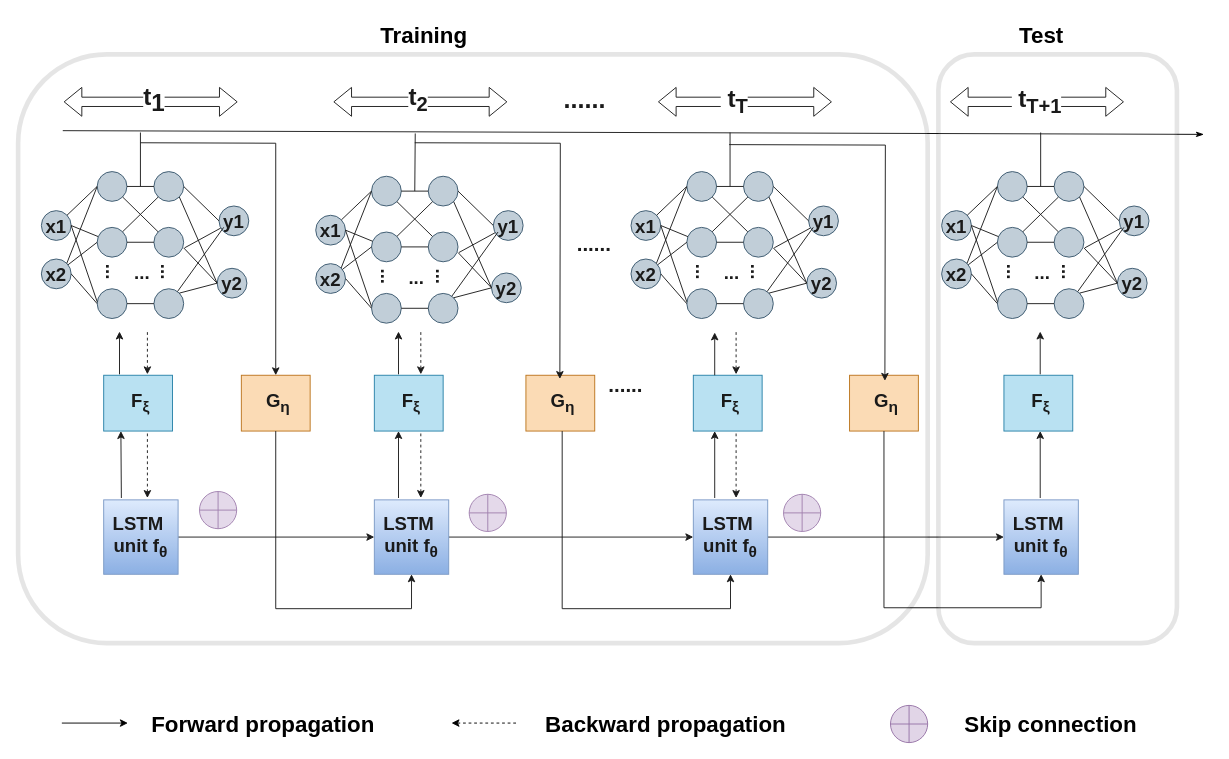
This is 未命名绘图.drawio from lilang0710/ll, a draw.io file, before an edit. Source tidied: cells renumbered, new cells numbered last; positions are measured from the earlier drawing's top-left corner, leaving out a move shared by most shapes. Both pictures are drawn from the tidied source at 93%, with x=0, y=0 at pixel (18, 16).
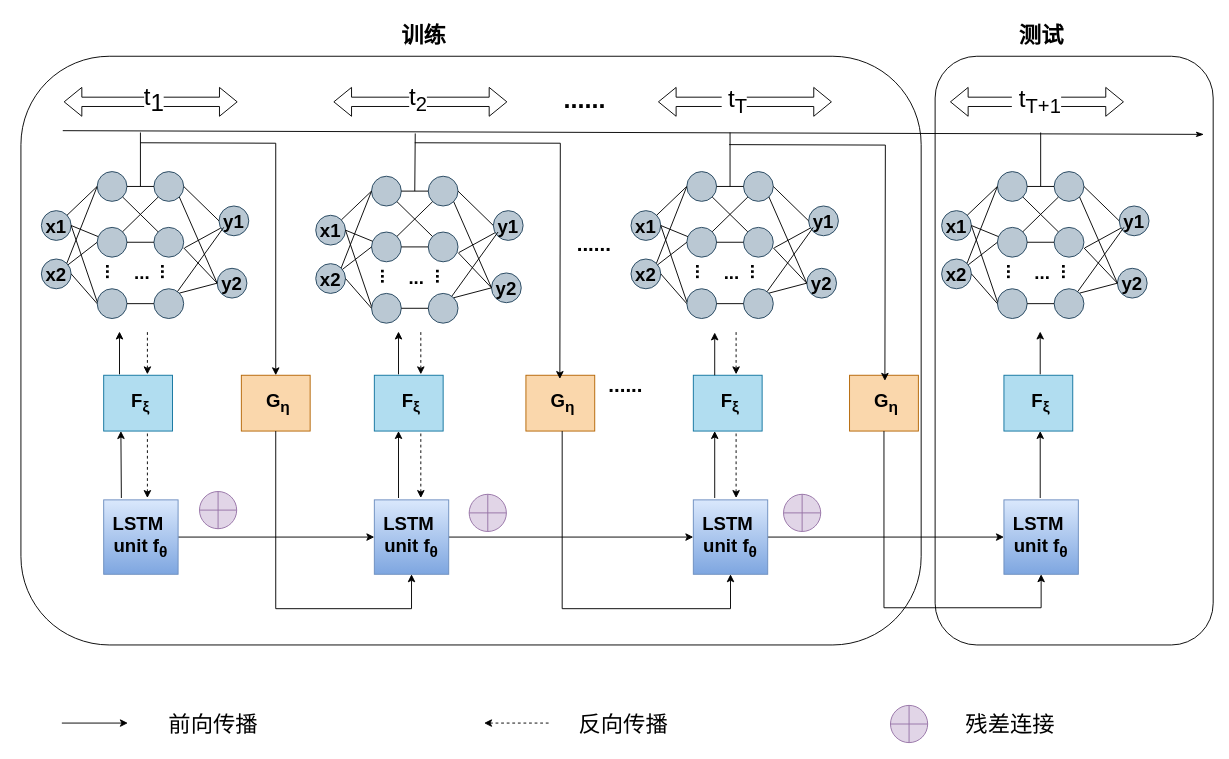
Above is the later version.

Commit message:
更新未命名绘图.drawio

Unchanged cells that the change refers to:
```xml
<mxCell id="138" style="shape=flexArrow;endArrow=classic;startArrow=classic;html=1;rounded=0;" parent="1" edge="1">
  <mxGeometry relative="1" as="geometry">
    <mxPoint x="49" y="92" as="sourcePoint" />
    <mxPoint x="236" y="92" as="targetPoint" />
  </mxGeometry>
</mxCell>
<mxCell id="140" style="shape=flexArrow;endArrow=classic;startArrow=classic;html=1;rounded=0;" parent="1" edge="1">
  <mxGeometry relative="1" as="geometry">
    <mxPoint x="339" y="92" as="sourcePoint" />
    <mxPoint x="526" y="92" as="targetPoint" />
  </mxGeometry>
</mxCell>
<mxCell id="142" style="shape=flexArrow;endArrow=classic;startArrow=classic;html=1;rounded=0;" parent="1" edge="1">
  <mxGeometry relative="1" as="geometry">
    <mxPoint x="688" y="92" as="sourcePoint" />
    <mxPoint x="875" y="92" as="targetPoint" />
  </mxGeometry>
</mxCell>
```

The edit, as a diff of the source:
```diff
@@
-    <mxCell id="135" value="&lt;font size=&quot;1&quot;&gt;&lt;b&gt;&lt;font style=&quot;font-size: 24px;&quot;&gt;Training&lt;/font&gt;&lt;/b&gt;&lt;/font&gt;" style="text;html=1;align=center;verticalAlign=middle;strokeColor=none;fillColor=none;" parent="1" vertex="1">
-      <mxGeometry x="380" width="111" height="41" as="geometry" />
+    <mxCell id="135" value="&lt;font size=&quot;1&quot;&gt;&lt;font style=&quot;font-size: 24px;&quot;&gt;训练&lt;/font&gt;&lt;/font&gt;" style="text;html=1;align=center;verticalAlign=middle;strokeColor=none;fillColor=none;fontStyle=1;" parent="1" vertex="1">
+      <mxGeometry x="403" width="66" height="41" as="geometry" />
     </mxCell>
-    <mxCell id="136" value="&lt;font size=&quot;1&quot;&gt;&lt;b&gt;&lt;font style=&quot;font-size: 24px;&quot;&gt;Test&lt;/font&gt;&lt;/b&gt;&lt;/font&gt;" style="text;html=1;align=center;verticalAlign=middle;strokeColor=none;fillColor=none;" parent="1" vertex="1">
+    <mxCell id="136" value="&lt;font size=&quot;1&quot;&gt;&lt;font style=&quot;font-size: 24px;&quot;&gt;测试&lt;/font&gt;&lt;/font&gt;" style="text;html=1;align=center;verticalAlign=middle;strokeColor=none;fillColor=none;fontStyle=1;" parent="1" vertex="1">
       <mxGeometry x="1067" width="66" height="41" as="geometry" />
     </mxCell>
@@
-    <mxCell id="139" value="&lt;b style=&quot;font-size: 26px;&quot;&gt;&lt;font style=&quot;font-size: 26px;&quot;&gt;&lt;sup style=&quot;font-size: 26px;&quot;&gt;t&lt;sub style=&quot;font-size: 26px;&quot;&gt;1&lt;/sub&gt;&lt;/sup&gt;&lt;/font&gt;&lt;/b&gt;" style="edgeLabel;html=1;align=center;verticalAlign=middle;fontSize=26;" parent="138" vertex="1">
+    <mxCell id="139" value="&lt;span style=&quot;font-size: 26px;&quot;&gt;&lt;font style=&quot;font-size: 26px;&quot;&gt;&lt;sup style=&quot;font-size: 26px;&quot;&gt;t&lt;sub style=&quot;font-size: 26px;&quot;&gt;1&lt;/sub&gt;&lt;/sup&gt;&lt;/font&gt;&lt;/span&gt;" style="edgeLabel;html=1;align=center;verticalAlign=middle;fontSize=26;fontStyle=0;" parent="138" vertex="1">
       <mxGeometry x="0.02" y="2" relative="1" as="geometry">
         <mxPoint x="1" y="1" as="offset" />
       </mxGeometry>
     </mxCell>
@@
-    <mxCell id="141" value="&lt;b style=&quot;font-size: 26px;&quot;&gt;&lt;font style=&quot;font-size: 26px;&quot;&gt;&lt;sup style=&quot;font-size: 26px;&quot;&gt;t&lt;sub&gt;2&lt;/sub&gt;&lt;/sup&gt;&lt;/font&gt;&lt;/b&gt;" style="edgeLabel;html=1;align=center;verticalAlign=middle;fontSize=26;" parent="140" vertex="1">
+    <mxCell id="141" value="&lt;span style=&quot;font-size: 26px;&quot;&gt;&lt;font style=&quot;font-size: 26px;&quot;&gt;&lt;sup style=&quot;font-size: 26px;&quot;&gt;t&lt;sub&gt;2&lt;/sub&gt;&lt;/sup&gt;&lt;/font&gt;&lt;/span&gt;" style="edgeLabel;html=1;align=center;verticalAlign=middle;fontSize=26;fontStyle=0;" parent="140" vertex="1">
       <mxGeometry x="0.02" y="2" relative="1" as="geometry">
         <mxPoint x="-5" y="1" as="offset" />
       </mxGeometry>
     </mxCell>
@@
-    <mxCell id="143" value="&lt;font style=&quot;font-size: 26px;&quot;&gt;&lt;b&gt;&lt;font style=&quot;font-size: 26px;&quot;&gt;&amp;nbsp;t&lt;span class=&quot;dqa-highlight-purple cos-text-headline&quot;&gt;&lt;span class=&quot;cos-font-medium&quot;&gt;&lt;sub&gt;T&lt;/sub&gt;&lt;/span&gt;&lt;/span&gt;&lt;/font&gt;&lt;/b&gt;&lt;/font&gt;" style="edgeLabel;html=1;align=center;verticalAlign=middle;fontSize=26;" parent="142" vertex="1">
+    <mxCell id="143" value="&lt;font style=&quot;font-size: 26px;&quot;&gt;&lt;span&gt;&lt;font style=&quot;font-size: 26px;&quot;&gt;&amp;nbsp;t&lt;span class=&quot;dqa-highlight-purple cos-text-headline&quot;&gt;&lt;span class=&quot;cos-font-medium&quot;&gt;&lt;sub&gt;T&lt;/sub&gt;&lt;/span&gt;&lt;/span&gt;&lt;/font&gt;&lt;/span&gt;&lt;/font&gt;" style="edgeLabel;html=1;align=center;verticalAlign=middle;fontSize=26;fontStyle=0;" parent="142" vertex="1">
       <mxGeometry x="0.02" y="2" relative="1" as="geometry">
         <mxPoint x="-14" y="1" as="offset" />
       </mxGeometry>
     </mxCell>
@@
-    <mxCell id="153" value="&lt;font style=&quot;font-size: 26px;&quot;&gt;&lt;b&gt;&lt;font style=&quot;font-size: 26px;&quot;&gt;&amp;nbsp;t&lt;span class=&quot;dqa-highlight-purple cos-text-headline&quot;&gt;&lt;span class=&quot;cos-font-medium&quot;&gt;&lt;sub&gt;T+1&lt;/sub&gt;&lt;/span&gt;&lt;/span&gt;&lt;/font&gt;&lt;/b&gt;&lt;/font&gt;" style="edgeLabel;html=1;align=center;verticalAlign=middle;fontSize=26;" parent="1" vertex="1">
+    <mxCell id="153" value="&lt;font style=&quot;font-size: 26px;&quot;&gt;&lt;font style=&quot;font-size: 26px;&quot;&gt;&amp;nbsp;t&lt;span class=&quot;dqa-highlight-purple cos-text-headline&quot;&gt;&lt;span class=&quot;cos-font-medium&quot;&gt;&lt;sub&gt;T+1&lt;/sub&gt;&lt;/span&gt;&lt;/span&gt;&lt;/font&gt;&lt;/font&gt;" style="edgeLabel;html=1;align=center;verticalAlign=middle;fontSize=26;" parent="1" vertex="1">
       <mxGeometry x="1114" y="214" as="geometry">
         <mxPoint x="-20" y="-123" as="offset" />
       </mxGeometry>
     </mxCell>
@@
     <mxCell id="179" style="endArrow=none;html=1;rounded=0;endFill=0;startArrow=classic;startFill=1;dashed=1;" parent="1" edge="1">
       <mxGeometry relative="1" as="geometry">
-        <mxPoint x="466" y="760" as="sourcePoint" />
-        <mxPoint x="537" y="760" as="targetPoint" />
+        <mxPoint x="501" y="760" as="sourcePoint" />
+        <mxPoint x="572" y="760" as="targetPoint" />
       </mxGeometry>
     </mxCell>
-    <mxCell id="180" value="&lt;font size=&quot;1&quot;&gt;&lt;b&gt;&lt;font style=&quot;font-size: 24px;&quot;&gt;Forward propagation&lt;br&gt;&lt;/font&gt;&lt;/b&gt;&lt;/font&gt;" style="text;html=1;align=center;verticalAlign=middle;strokeColor=none;fillColor=none;" parent="1" vertex="1">
-      <mxGeometry x="134" y="741" width="258" height="41" as="geometry" />
+    <mxCell id="180" value="&lt;font size=&quot;1&quot;&gt;&lt;font style=&quot;font-size: 24px;&quot;&gt;前向传播&lt;br&gt;&lt;/font&gt;&lt;/font&gt;" style="text;html=1;align=left;verticalAlign=middle;strokeColor=none;fillColor=none;" parent="1" vertex="1">
+      <mxGeometry x="160" y="741" width="114" height="41" as="geometry" />
     </mxCell>
-    <mxCell id="181" value="&lt;font size=&quot;1&quot;&gt;&lt;b&gt;&lt;font style=&quot;font-size: 24px;&quot;&gt;Backward propagation&lt;/font&gt;&lt;/b&gt;&lt;/font&gt;" style="text;html=1;align=center;verticalAlign=middle;strokeColor=none;fillColor=none;" parent="1" vertex="1">
-      <mxGeometry x="557" y="741" width="277" height="41" as="geometry" />
+    <mxCell id="181" value="&lt;font size=&quot;1&quot;&gt;&lt;font style=&quot;font-size: 24px;&quot;&gt;反向传播&lt;br&gt;&lt;/font&gt;&lt;/font&gt;" style="text;html=1;align=left;verticalAlign=middle;strokeColor=none;fillColor=none;" parent="1" vertex="1">
+      <mxGeometry x="601" y="741" width="114" height="41" as="geometry" />
     </mxCell>
-    <mxCell id="182" value="&lt;font size=&quot;1&quot;&gt;&lt;b&gt;&lt;font style=&quot;font-size: 24px;&quot;&gt;Skip connection&lt;br&gt;&lt;/font&gt;&lt;/b&gt;&lt;/font&gt;" style="text;html=1;align=center;verticalAlign=middle;strokeColor=none;fillColor=none;" parent="1" vertex="1">
-      <mxGeometry x="1008" y="741" width="203" height="41" as="geometry" />
+    <mxCell id="182" value="&lt;font size=&quot;1&quot;&gt;&lt;font style=&quot;font-size: 24px;&quot;&gt;残差连接&lt;br&gt;&lt;/font&gt;&lt;/font&gt;" style="text;html=1;align=left;verticalAlign=middle;strokeColor=none;fillColor=none;" parent="1" vertex="1">
+      <mxGeometry x="1017" y="741" width="114" height="41" as="geometry" />
     </mxCell>
-    <mxCell id="183" style="rounded=1;whiteSpace=wrap;html=1;opacity=10;strokeWidth=5;" parent="1" vertex="1">
-      <mxGeometry y="41" width="978" height="633" as="geometry" />
-    </mxCell>
-    <mxCell id="184" style="rounded=1;whiteSpace=wrap;html=1;opacity=10;strokeWidth=5;" parent="1" vertex="1">
-      <mxGeometry x="989.5" y="41" width="256.5" height="633" as="geometry" />
-    </mxCell>
+    <mxCell id="185" style="rounded=1;whiteSpace=wrap;html=1;fillColor=none;" parent="1" vertex="1">
+      <mxGeometry x="3" y="43" width="968" height="633" as="geometry" />
+    </mxCell>
+    <mxCell id="186" style="rounded=1;whiteSpace=wrap;html=1;fillColor=none;" parent="1" vertex="1">
+      <mxGeometry x="986" y="43" width="299" height="633" as="geometry" />
+    </mxCell>
```
